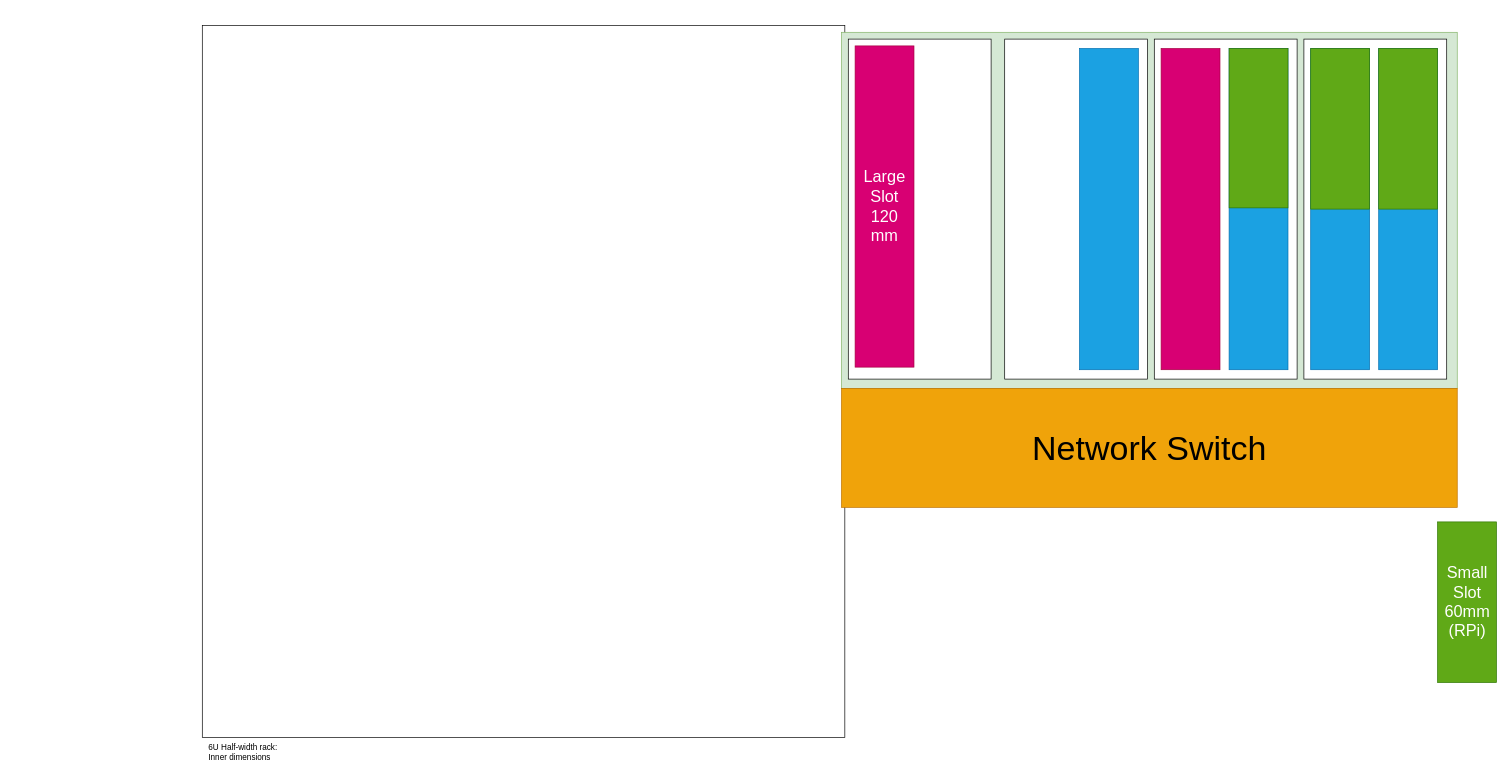
Above: page "Rack Diagram" (3 of 3) of docs/diagrams/Interface Diagram v0.2.2.drawio in racklet/racklet (draw.io), before the change. Source tidied: cells renumbered, new cells numbered last; positions are measured from the earlier drawing's top-left corner, leaving out a move shared by most shapes. Both pictures are drawn from the tidied source at 68%, with x=0, y=0 at pixel (202, 25).
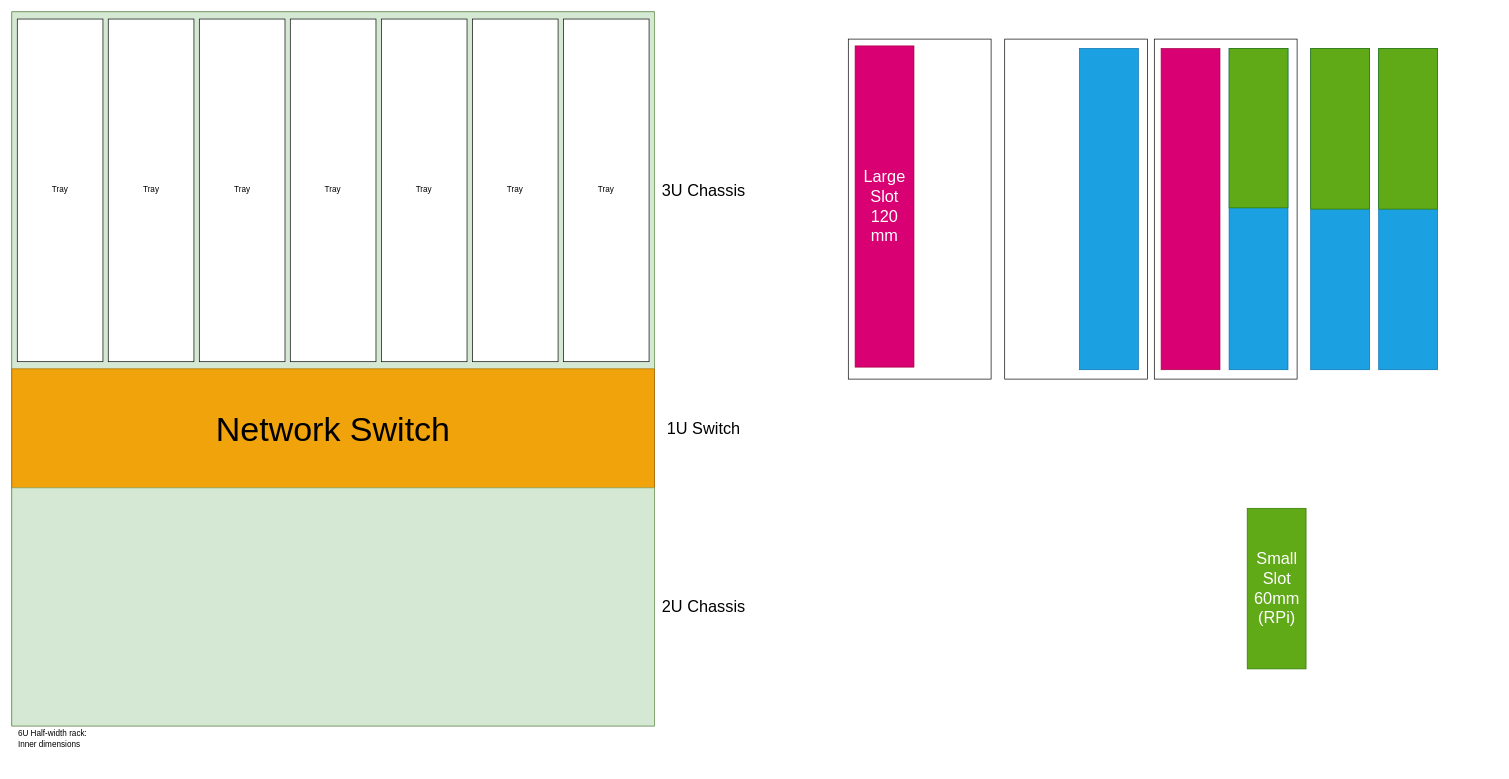
After the change.

Change to the diagram source:
```diff
@@
     <mxCell id="2" style="rounded=0;whiteSpace=wrap;html=1;" parent="1" vertex="1">
-      <mxGeometry width="944.9" height="1047.2" as="geometry" />
+      <mxGeometry x="-280" y="-20" width="944.9" height="1050" as="geometry" />
     </mxCell>
     <mxCell id="3" style="rounded=0;whiteSpace=wrap;html=1;fillColor=#d5e8d4;strokeColor=#82b366;" parent="1" vertex="1">
-      <mxGeometry x="940" y="10" width="905.5" height="523.6" as="geometry" />
+      <mxGeometry x="-280" y="-20" width="944.9" height="525" as="geometry" />
     </mxCell>
@@
     <mxCell id="8" value="Small Slot 60mm (RPi)" style="rounded=0;whiteSpace=wrap;html=1;fillColor=#60a917;strokeColor=#2D7600;fontColor=#ffffff;fontSize=24;" parent="1" vertex="1">
-      <mxGeometry x="1816.6" y="730" width="86.6" height="236.2" as="geometry" />
+      <mxGeometry x="1536.6" y="710" width="86.6" height="236.2" as="geometry" />
     </mxCell>
@@
-    <mxCell id="13" style="rounded=0;whiteSpace=wrap;html=1;" parent="1" vertex="1">
-      <mxGeometry x="1620" y="20" width="210" height="500" as="geometry" />
+    <mxCell id="13" value="Tray" style="rounded=0;whiteSpace=wrap;html=1;" parent="1" vertex="1">
+      <mxGeometry x="-272.1" y="-9.5" width="126" height="503.9" as="geometry" />
     </mxCell>
@@
     <mxCell id="18" value="&lt;font style=&quot;font-size: 50px;&quot;&gt;Network Switch&lt;br&gt;&lt;/font&gt;" style="rounded=0;whiteSpace=wrap;html=1;fillColor=#f0a30a;fontColor=#000000;strokeColor=#BD7000;" parent="1" vertex="1">
-      <mxGeometry x="940" y="533.6" width="905.5" height="175" as="geometry" />
+      <mxGeometry x="-280" y="505" width="944.9" height="175" as="geometry" />
     </mxCell>
     <mxCell id="19" value="6U Half-width rack:&lt;br&gt;&lt;div style=&quot;text-align: left;&quot;&gt;&lt;span style=&quot;background-color: initial;&quot;&gt;Inner dimensions&lt;/span&gt;&lt;/div&gt;" style="text;html=1;strokeColor=none;fillColor=none;align=center;verticalAlign=middle;whiteSpace=wrap;rounded=0;" parent="1" vertex="1">
-      <mxGeometry y="1047.2" width="120" height="42.8" as="geometry" />
+      <mxGeometry x="-280" y="1027.2" width="120" height="42.8" as="geometry" />
     </mxCell>
+    <mxCell id="20" style="rounded=0;whiteSpace=wrap;html=1;fillColor=#d5e8d4;strokeColor=#82b366;align=left;" parent="1" vertex="1">
+      <mxGeometry x="-280" y="680" width="944.9" height="350" as="geometry" />
+    </mxCell>
+    <mxCell id="21" value="&lt;font style=&quot;font-size: 24px;&quot;&gt;3U Chassis&lt;/font&gt;" style="text;html=1;strokeColor=none;fillColor=none;align=center;verticalAlign=middle;whiteSpace=wrap;rounded=0;" parent="1" vertex="1">
+      <mxGeometry x="664.9" y="221.1" width="145.1" height="42.8" as="geometry" />
+    </mxCell>
+    <mxCell id="22" value="Tray" style="rounded=0;whiteSpace=wrap;html=1;" parent="1" vertex="1">
+      <mxGeometry x="-138.3" y="-9.5" width="126" height="503.9" as="geometry" />
+    </mxCell>
+    <mxCell id="23" value="Tray" style="rounded=0;whiteSpace=wrap;html=1;" parent="1" vertex="1">
+      <mxGeometry x="129.4" y="-9.5" width="126" height="503.9" as="geometry" />
+    </mxCell>
+    <mxCell id="24" value="Tray" style="rounded=0;whiteSpace=wrap;html=1;" parent="1" vertex="1">
+      <mxGeometry x="-4.4" y="-9.5" width="126" height="503.9" as="geometry" />
+    </mxCell>
+    <mxCell id="25" value="Tray" style="rounded=0;whiteSpace=wrap;html=1;" parent="1" vertex="1">
+      <mxGeometry x="263.3" y="-9.5" width="126" height="503.9" as="geometry" />
+    </mxCell>
+    <mxCell id="26" value="Tray" style="rounded=0;whiteSpace=wrap;html=1;" parent="1" vertex="1">
+      <mxGeometry x="397.2" y="-9.5" width="126" height="503.9" as="geometry" />
+    </mxCell>
+    <mxCell id="27" value="Tray" style="rounded=0;whiteSpace=wrap;html=1;" parent="1" vertex="1">
+      <mxGeometry x="531" y="-9.5" width="126" height="503.9" as="geometry" />
+    </mxCell>
+    <mxCell id="28" value="&lt;font style=&quot;font-size: 24px;&quot;&gt;2U Chassis&lt;/font&gt;" style="text;html=1;strokeColor=none;fillColor=none;align=center;verticalAlign=middle;whiteSpace=wrap;rounded=0;" parent="1" vertex="1">
+      <mxGeometry x="664.9" y="833.6" width="145.1" height="42.8" as="geometry" />
+    </mxCell>
+    <mxCell id="29" value="&lt;font style=&quot;font-size: 24px;&quot;&gt;1U Switch&lt;/font&gt;" style="text;html=1;strokeColor=none;fillColor=none;align=center;verticalAlign=middle;whiteSpace=wrap;rounded=0;" parent="1" vertex="1">
+      <mxGeometry x="664.9" y="571.1" width="145.1" height="42.8" as="geometry" />
+    </mxCell>
```
